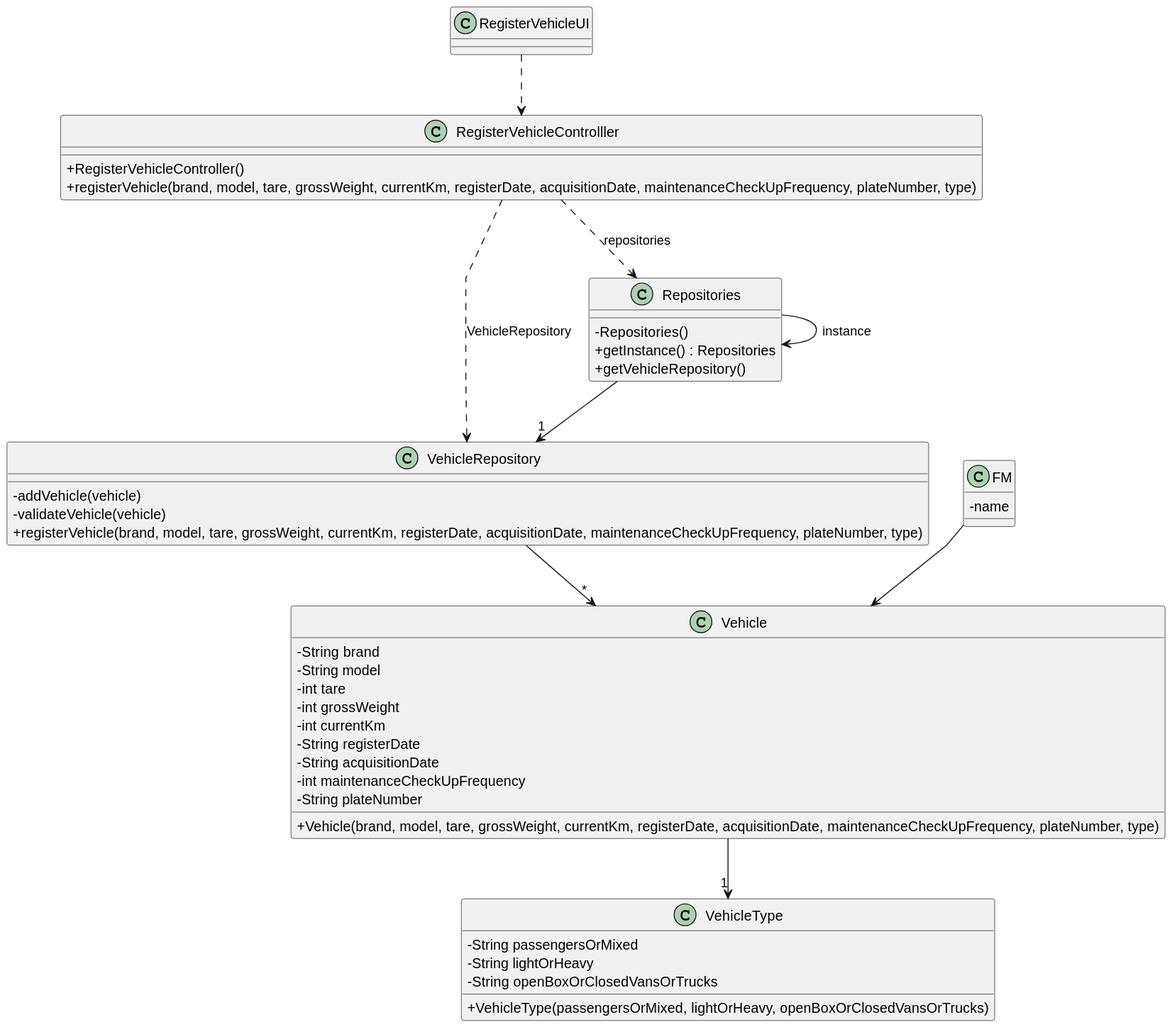
This is docs/sprintA&B/us006/03.design/svg/us006-class-diagram.svg from daniel41silva05/ISEP_2023_2024_LAPR2, a PlantUML export, as it was before one commit.
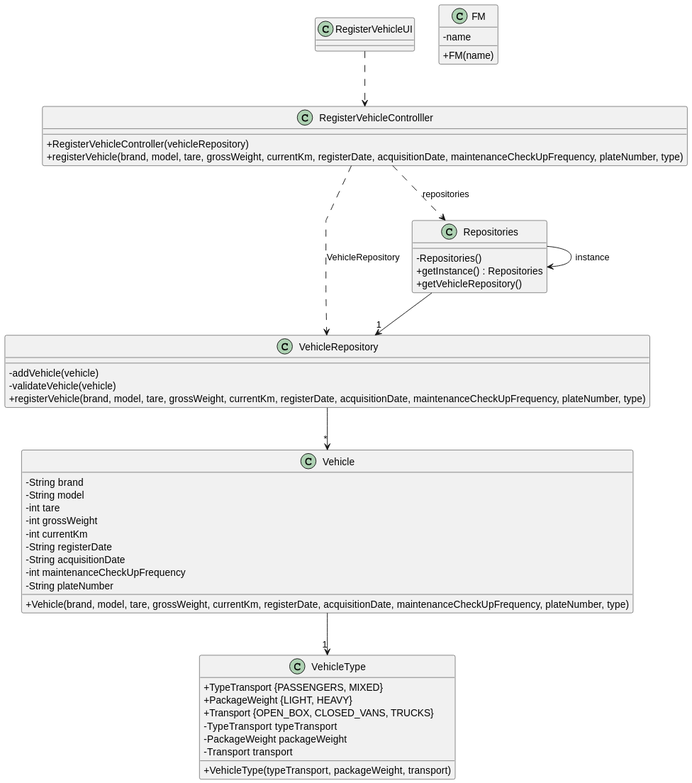
After the change.

Commit message:
ED-20: US6 - corrections in coherence between sequence diagram, class diagram and implementation

Diff of the diagram source:
```diff
@@ -11,7 +11,7 @@
 }
 
 class RegisterVehicleControlller {
-    +RegisterVehicleController()
+    +RegisterVehicleController(vehicleRepository)
     +registerVehicle(brand, model, tare, grossWeight, currentKm, registerDate, acquisitionDate, maintenanceCheckUpFrequency, plateNumber, type)
 }
 
@@ -36,14 +36,18 @@
 }
 
 class VehicleType {
-    -String passengersOrMixed
-    -String lightOrHeavy
-    -String openBoxOrClosedVansOrTrucks
-    +VehicleType(passengersOrMixed, lightOrHeavy, openBoxOrClosedVansOrTrucks)
+    +TypeTransport {PASSENGERS, MIXED}
+    +PackageWeight {LIGHT, HEAVY}
+    +Transport {OPEN_BOX, CLOSED_VANS, TRUCKS}
+    -TypeTransport typeTransport
+    -PackageWeight packageWeight
+    -Transport transport
+    +VehicleType(typeTransport, packageWeight, transport)
 }
 
 class FM {
     - name
+    + FM(name)
 }
 
 class Repositories {
@@ -59,5 +63,4 @@
 Repositories --> "1" VehicleRepository
 VehicleRepository --> "*" Vehicle
 Vehicle --> "1" VehicleType
-FM --> Vehicle
 @enduml
```
